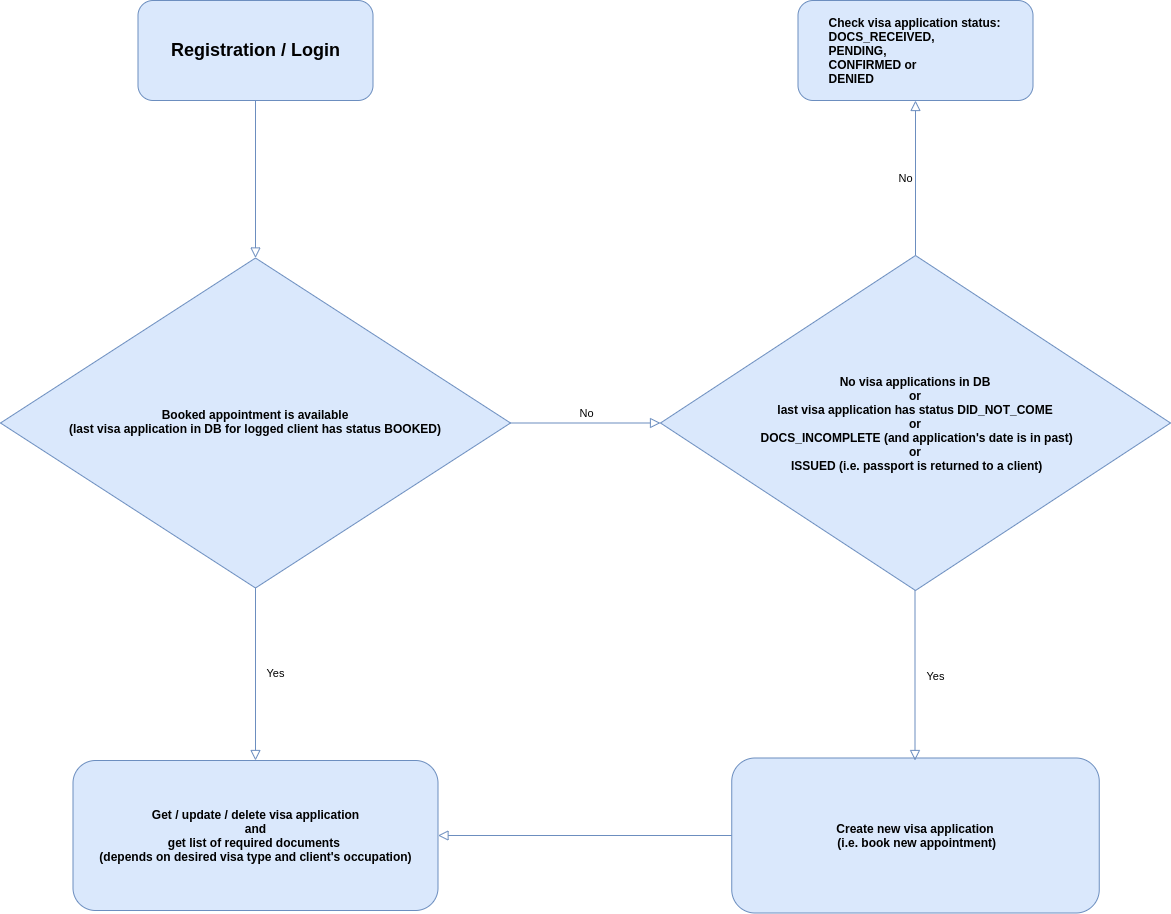
This is images/client.png from olegyev/polish-visa-center, a draw.io export, as it was before one commit. Source tidied: cells renumbered, new cells last; positions are measured from the earlier drawing's top-left corner, leaving out a move shared by most shapes.
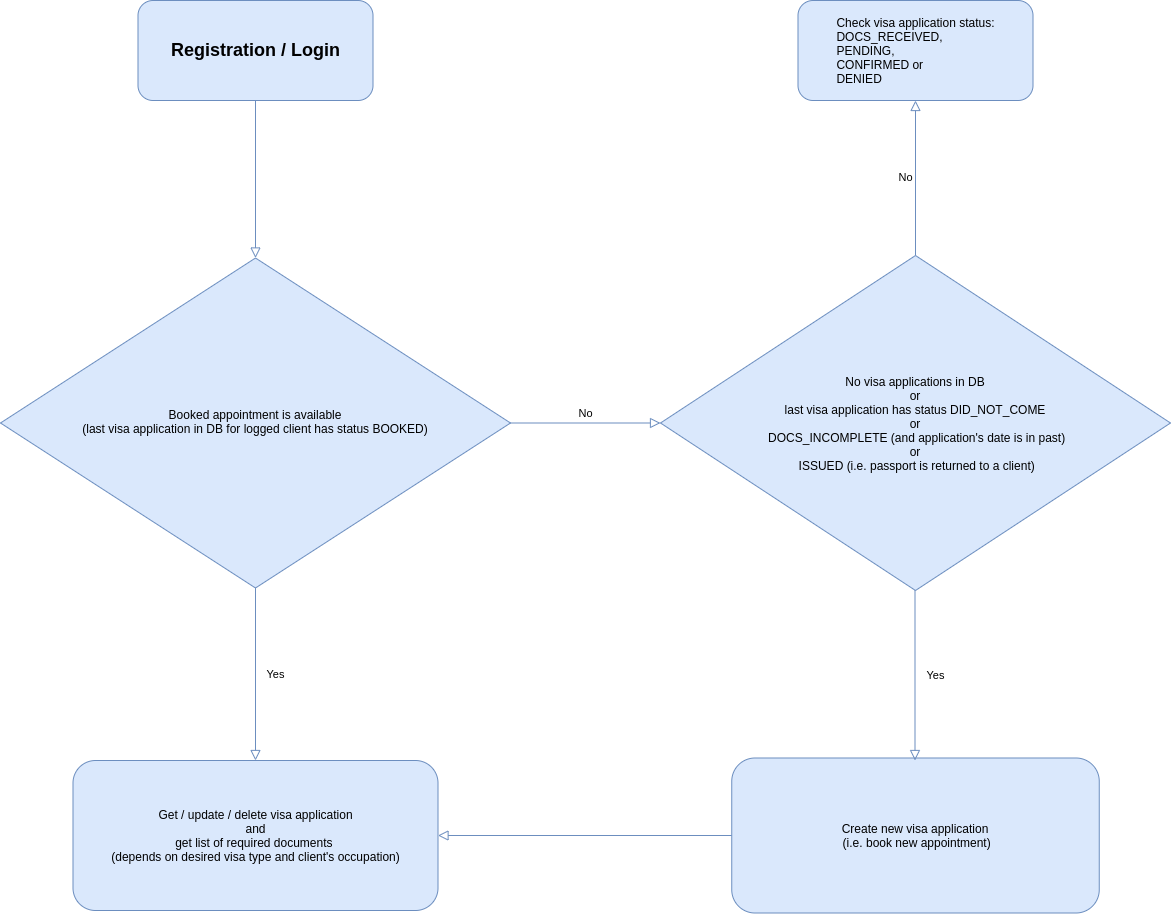
Later version of the same file.

What changed in the source:
```diff
@@ -14,16 +14,16 @@
     <mxCell id="5" value="No" style="edgeStyle=orthogonalEdgeStyle;rounded=0;html=1;jettySize=auto;fontSize=11;endArrow=block;endFill=0;endSize=8;strokeWidth=1;shadow=0;labelBackgroundColor=none;fillColor=#dae8fc;strokeColor=#6c8ebf;" parent="1" edge="1" source="6" target="9">
       <mxGeometry y="10" relative="1" as="geometry" />
     </mxCell>
-    <mxCell id="6" value="&lt;b&gt;Booked appointment is available&lt;br&gt;(last visa application in DB for logged client has status BOOKED)&lt;/b&gt;" style="rhombus;whiteSpace=wrap;html=1;shadow=0;fontFamily=Helvetica;fontSize=12;align=center;strokeWidth=1;spacing=6;spacingTop=-4;fillColor=#dae8fc;strokeColor=#6c8ebf;" parent="1" vertex="1">
+    <mxCell id="6" value="Booked appointment is available&lt;br&gt;(last visa application in DB for logged client has status BOOKED)" style="rhombus;whiteSpace=wrap;html=1;shadow=0;fontFamily=Helvetica;fontSize=12;align=center;strokeWidth=1;spacing=6;spacingTop=-4;fillColor=#dae8fc;strokeColor=#6c8ebf;" parent="1" vertex="1">
       <mxGeometry y="257.5" width="510" height="330" as="geometry" />
     </mxCell>
-    <mxCell id="7" value="&lt;b&gt;Get / update / delete visa application&lt;br&gt;and&lt;br&gt;get list of required documents &lt;br&gt;(depends on desired visa type and client's occupation)&lt;br&gt;&lt;/b&gt;" style="rounded=1;whiteSpace=wrap;html=1;fontSize=12;glass=0;strokeWidth=1;shadow=0;fillColor=#dae8fc;strokeColor=#6c8ebf;" parent="1" vertex="1">
+    <mxCell id="7" value="Get / update / delete visa application&lt;br&gt;and&lt;br&gt;get list of required documents &lt;br&gt;(depends on desired visa type and client's occupation)" style="rounded=1;whiteSpace=wrap;html=1;fontSize=12;glass=0;strokeWidth=1;shadow=0;fillColor=#dae8fc;strokeColor=#6c8ebf;" parent="1" vertex="1">
       <mxGeometry x="72.5" y="760" width="365" height="150" as="geometry" />
     </mxCell>
-    <mxCell id="8" value="&lt;b&gt;Create new visa application&lt;br&gt;&amp;nbsp;(i.e. book new appointment)&lt;/b&gt;" style="rounded=1;whiteSpace=wrap;html=1;fontSize=12;glass=0;strokeWidth=1;shadow=0;fillColor=#dae8fc;strokeColor=#6c8ebf;" parent="1" vertex="1">
+    <mxCell id="8" value="Create new visa application&lt;br&gt;&amp;nbsp;(i.e. book new appointment)" style="rounded=1;whiteSpace=wrap;html=1;fontSize=12;glass=0;strokeWidth=1;shadow=0;fillColor=#dae8fc;strokeColor=#6c8ebf;" parent="1" vertex="1">
       <mxGeometry x="731.2" y="757.5" width="367.5" height="155" as="geometry" />
     </mxCell>
-    <mxCell id="9" value="&lt;b&gt;No visa applications in DB&lt;br&gt;or&lt;br&gt;last visa application has status DID_NOT_COME&lt;br&gt;or&lt;br&gt;&amp;nbsp;DOCS_INCOMPLETE (and application's date is in past)&lt;br&gt;or&lt;br&gt;&amp;nbsp;ISSUED (i.e. passport is returned to a client)&lt;/b&gt;" style="rhombus;whiteSpace=wrap;html=1;fillColor=#dae8fc;strokeColor=#6c8ebf;" parent="1" vertex="1">
+    <mxCell id="9" value="No visa applications in DB&lt;br&gt;or&lt;br&gt;last visa application has status DID_NOT_COME&lt;br&gt;or&lt;br&gt;&amp;nbsp;DOCS_INCOMPLETE (and application's date is in past)&lt;br&gt;or&lt;br&gt;&amp;nbsp;ISSUED (i.e. passport is returned to a client)" style="rhombus;whiteSpace=wrap;html=1;fillColor=#dae8fc;strokeColor=#6c8ebf;" parent="1" vertex="1">
       <mxGeometry x="660" y="255" width="510" height="335" as="geometry" />
     </mxCell>
     <mxCell id="10" style="rounded=0;html=1;jettySize=auto;fontSize=11;endArrow=block;endFill=0;endSize=8;strokeWidth=1;shadow=0;labelBackgroundColor=none;edgeStyle=orthogonalEdgeStyle;fillColor=#dae8fc;strokeColor=#6c8ebf;" parent="1" edge="1" source="8" target="7">
@@ -35,7 +35,7 @@
         <mxPoint x="914.5" y="760" as="targetPoint" />
       </mxGeometry>
     </mxCell>
-    <mxCell id="12" value="&lt;b&gt;&lt;font style=&quot;font-size: 12px&quot;&gt;Check visa application status:&lt;br&gt;&lt;div style=&quot;text-align: left&quot;&gt;&lt;b&gt;DOCS_RECEIVED,&lt;/b&gt;&lt;/div&gt;&lt;div style=&quot;text-align: left&quot;&gt;&lt;b&gt;PENDING,&lt;/b&gt;&lt;/div&gt;&lt;div style=&quot;text-align: left&quot;&gt;&lt;b&gt;CONFIRMED or&lt;/b&gt;&lt;/div&gt;&lt;div style=&quot;text-align: left&quot;&gt;&lt;b&gt;DENIED&lt;/b&gt;&lt;/div&gt;&lt;/font&gt;&lt;/b&gt;" style="rounded=1;whiteSpace=wrap;html=1;fontSize=12;glass=0;strokeWidth=1;shadow=0;fillColor=#dae8fc;strokeColor=#6c8ebf;" parent="1" vertex="1">
+    <mxCell id="12" value="&lt;font style=&quot;font-size: 12px&quot;&gt;Check visa application status:&lt;br&gt;&lt;div style=&quot;text-align: left&quot;&gt;DOCS_RECEIVED,&lt;/div&gt;&lt;div style=&quot;text-align: left&quot;&gt;PENDING,&lt;/div&gt;&lt;div style=&quot;text-align: left&quot;&gt;CONFIRMED or&lt;/div&gt;&lt;div style=&quot;text-align: left&quot;&gt;DENIED&lt;/div&gt;&lt;/font&gt;" style="rounded=1;whiteSpace=wrap;html=1;fontSize=12;glass=0;strokeWidth=1;shadow=0;fillColor=#dae8fc;strokeColor=#6c8ebf;" parent="1" vertex="1">
       <mxGeometry x="797.5" width="235" height="100" as="geometry" />
     </mxCell>
     <mxCell id="13" value="No" style="edgeStyle=orthogonalEdgeStyle;rounded=0;html=1;jettySize=auto;fontSize=11;endArrow=block;endFill=0;endSize=8;strokeWidth=1;shadow=0;labelBackgroundColor=none;fillColor=#dae8fc;strokeColor=#6c8ebf;entryX=0.5;entryY=1;entryDx=0;entryDy=0;" parent="1" edge="1" source="9" target="12">
```
